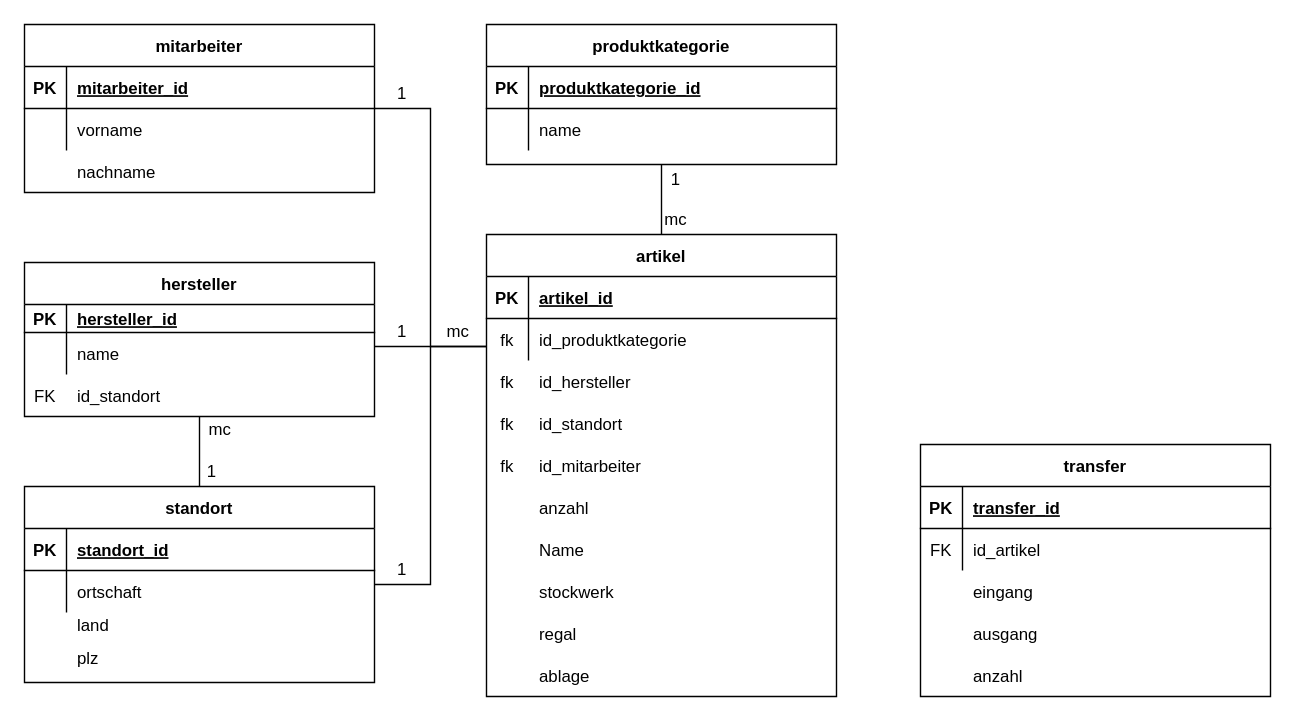
leZayn/M153-LB2 keeps this draw.io diagram as Drawios/physisches-M153-LB03.drawio. Above is the earlier version. Source tidied: cells renumbered, new cells numbered last; positions are measured from the earlier drawing's top-left corner, leaving out a move shared by most shapes. Both pictures are drawn from the tidied source at 140%, with x=0, y=0 at pixel (24, 24).
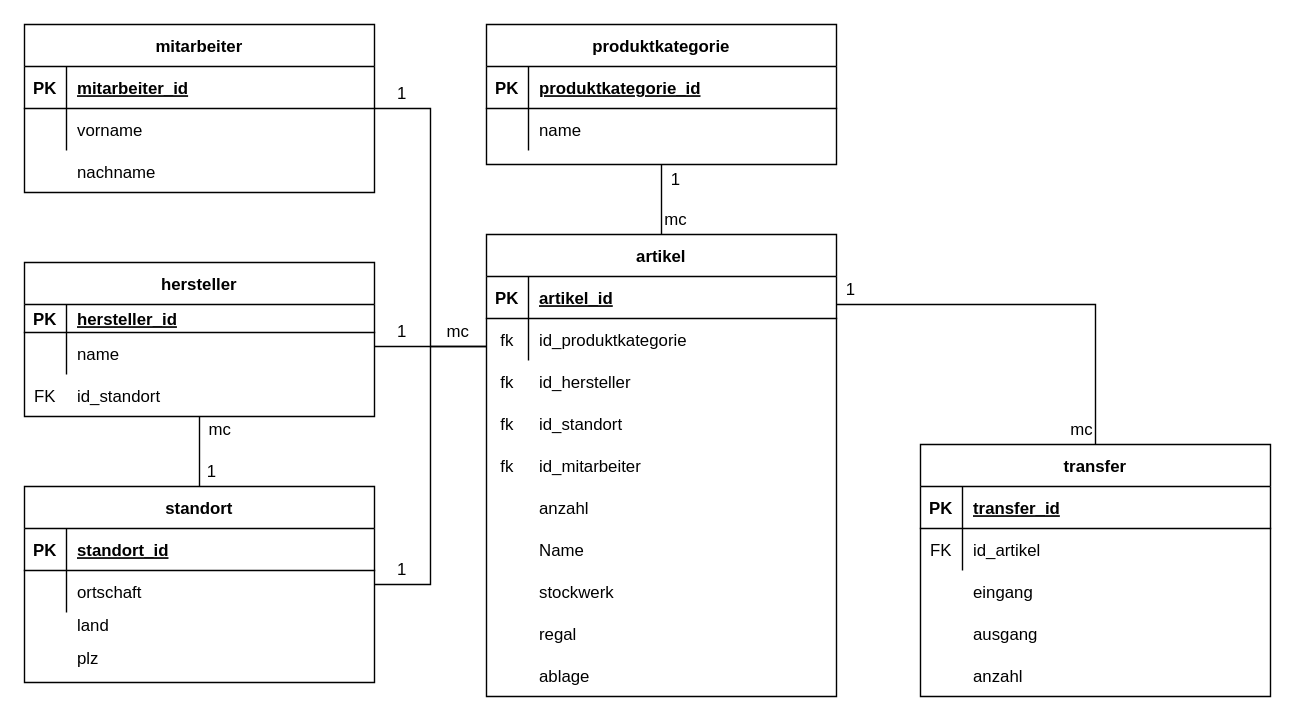
Above is the later version.

Unchanged cells that the change refers to:
```xml
<mxCell id="11" value="transfer" style="shape=table;startSize=30;childLayout=tableLayout;rowLines=0;fontStyle=1;align=center;" parent="10" vertex="1">
  <mxGeometry width="250" height="180" as="geometry" />
</mxCell>
<mxCell id="44" value="artikel" style="shape=table;startSize=30;childLayout=tableLayout;rowLines=0;fontStyle=1;align=center;" parent="1" vertex="1">
  <mxGeometry x="330" y="150" width="250" height="330" as="geometry" />
</mxCell>
```

What changed in the source:
```diff
@@
+    <mxCell id="80" style="edgeStyle=orthogonalEdgeStyle;rounded=0;jettySize=auto;html=1;endArrow=none;endFill=0;" parent="1" edge="1" source="11" target="44">
+      <mxGeometry relative="1" as="geometry">
+        <Array as="points">
+          <mxPoint x="765" y="200" />
+        </Array>
+      </mxGeometry>
+    </mxCell>
+    <mxCell id="81" value="mc" style="text;html=1;align=center;verticalAlign=middle;" parent="1" vertex="1">
+      <mxGeometry x="740" y="280" width="30" height="20" as="geometry" />
+    </mxCell>
+    <mxCell id="82" value="1" style="text;html=1;align=center;verticalAlign=middle;" parent="1" vertex="1">
+      <mxGeometry x="580" y="180" width="20" height="20" as="geometry" />
+    </mxCell>
```
